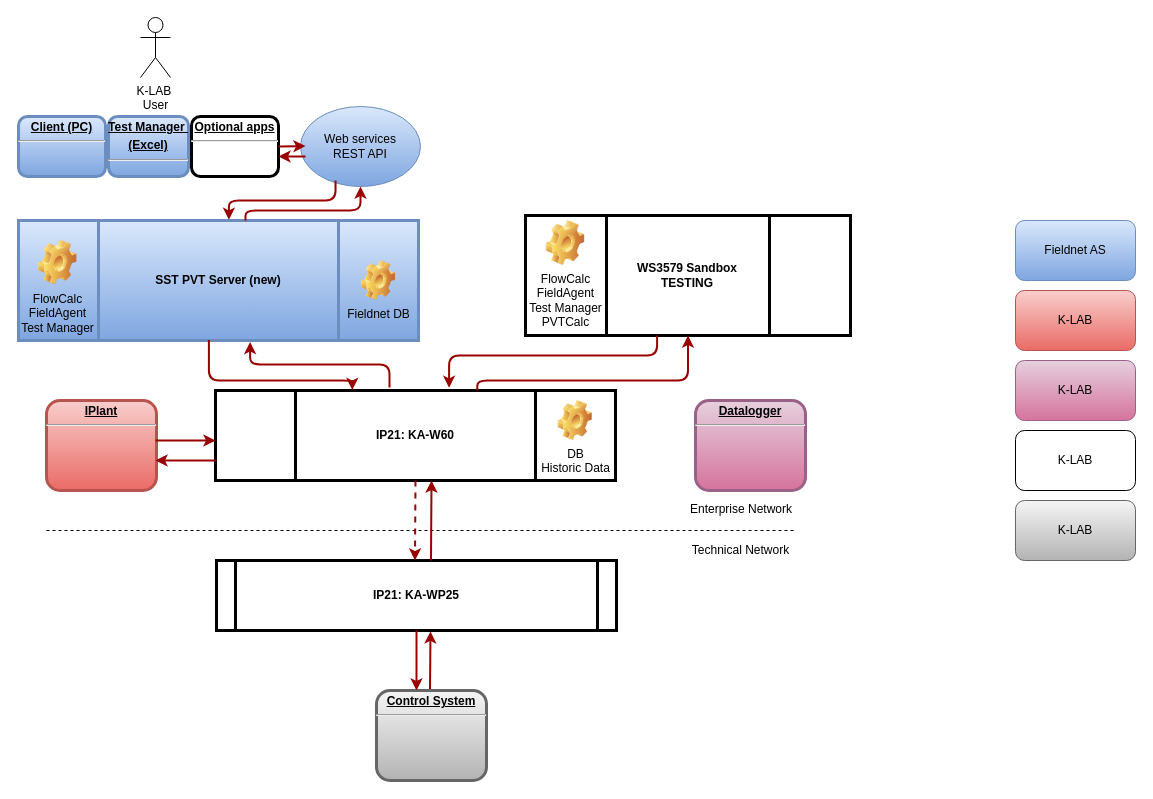
The draw.io diagram IT_K-KLAB_01.drawio in Daniel-72/hello-world, before the edit. Source tidied: cells renumbered, new cells numbered last; positions are measured from the earlier drawing's top-left corner, leaving out a move shared by most shapes. Both pictures are drawn from the tidied source at 100%, with x=0, y=0 at pixel (18, 17).
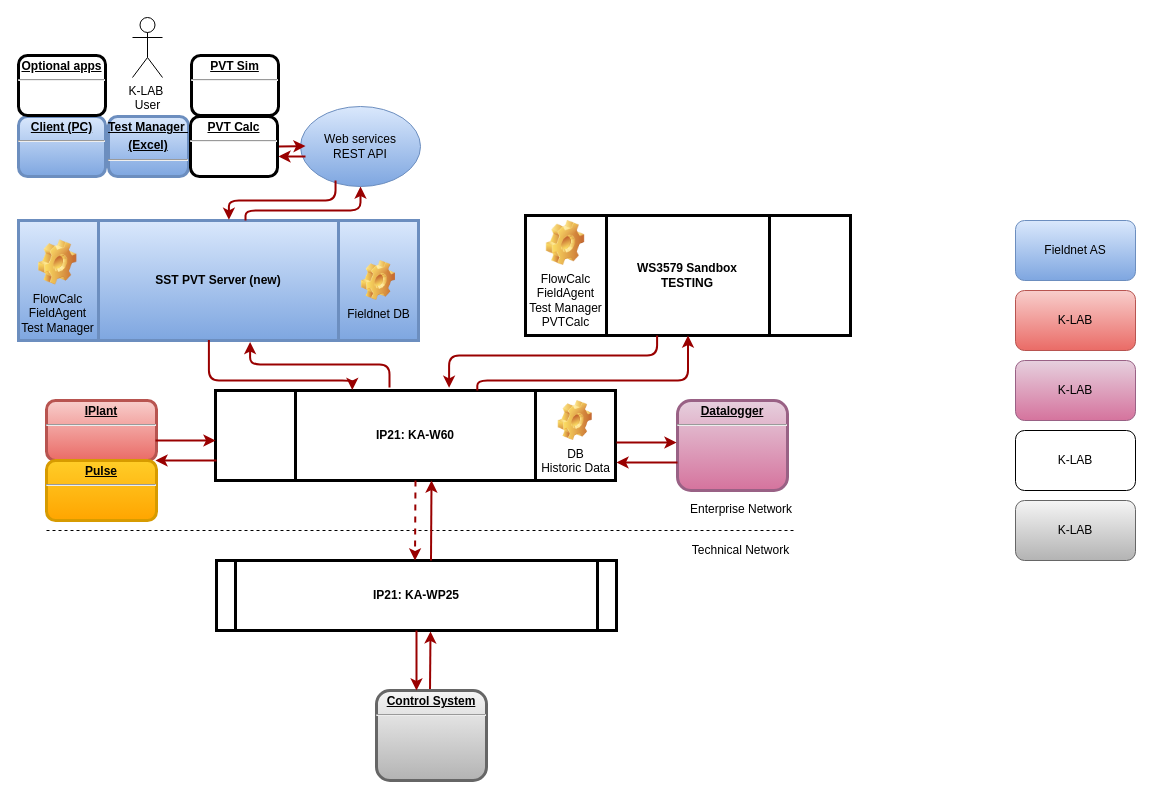
After the change.

Diff of the diagram source:
```diff
@@
     <mxCell id="10" value="&lt;p style=&quot;margin: 0px ; margin-top: 4px ; text-align: center ; text-decoration: underline&quot;&gt;&lt;strong&gt;IPlant&lt;/strong&gt;&lt;/p&gt;&lt;hr&gt;&lt;p style=&quot;margin: 0px ; margin-left: 8px&quot;&gt;&lt;br&gt;&lt;/p&gt;" style="verticalAlign=middle;align=center;overflow=fill;fontSize=12;fontFamily=Helvetica;html=1;rounded=1;fontStyle=1;strokeWidth=3;fillColor=#f8cecc;gradientColor=#ea6b66;strokeColor=#b85450;" parent="1" vertex="1">
-      <mxGeometry x="28" y="383" width="110" height="90" as="geometry" />
+      <mxGeometry x="28" y="383" width="110" height="60" as="geometry" />
     </mxCell>
@@
     <mxCell id="15" value="&lt;p style=&quot;margin: 0px ; margin-top: 4px ; text-align: center ; text-decoration: underline&quot;&gt;&lt;strong&gt;Datalogger&lt;/strong&gt;&lt;/p&gt;&lt;hr&gt;&lt;p style=&quot;margin: 0px ; margin-left: 8px&quot;&gt;&lt;br&gt;&lt;/p&gt;" style="verticalAlign=middle;align=center;overflow=fill;fontSize=12;fontFamily=Helvetica;html=1;rounded=1;fontStyle=1;strokeWidth=3;fillColor=#e6d0de;gradientColor=#d5739d;strokeColor=#996185;" parent="1" vertex="1">
-      <mxGeometry x="677" y="383" width="110" height="90" as="geometry" />
+      <mxGeometry x="659" y="383" width="110" height="90" as="geometry" />
     </mxCell>
@@
-    <mxCell id="30" value="&lt;p style=&quot;margin: 0px ; margin-top: 4px ; text-align: center ; text-decoration: underline&quot;&gt;Optional apps&lt;/p&gt;&lt;hr&gt;&lt;p style=&quot;margin: 0px ; margin-left: 8px&quot;&gt;&lt;br&gt;&lt;/p&gt;" style="verticalAlign=middle;align=center;overflow=fill;fontSize=12;fontFamily=Helvetica;html=1;rounded=1;fontStyle=1;strokeWidth=3;" parent="1" vertex="1">
-      <mxGeometry x="173" y="99" width="87" height="60" as="geometry" />
-    </mxCell>
     <mxCell id="31" value="K-LAB&amp;nbsp;&lt;br&gt;User" style="shape=umlActor;verticalLabelPosition=bottom;verticalAlign=top;html=1;" parent="1" vertex="1">
-      <mxGeometry x="122" width="30" height="60" as="geometry" />
+      <mxGeometry x="114" width="30" height="60" as="geometry" />
     </mxCell>
-    <mxCell id="32" style="edgeStyle=none;noEdgeStyle=1;strokeColor=#990000;strokeWidth=2;exitX=1;exitY=0.5;exitDx=0;exitDy=0;" parent="1" edge="1" source="30">
+    <mxCell id="32" style="edgeStyle=none;noEdgeStyle=1;strokeColor=#990000;strokeWidth=2;exitX=1;exitY=0.5;exitDx=0;exitDy=0;" parent="1" edge="1">
       <mxGeometry relative="1" as="geometry">
+        <mxPoint x="260" y="129" as="sourcePoint" />
         <mxPoint x="287" y="128.5" as="targetPoint" />
       </mxGeometry>
     </mxCell>
@@
+    <mxCell id="40" style="edgeStyle=none;noEdgeStyle=1;strokeColor=#990000;strokeWidth=2;" parent="1" edge="1">
+      <mxGeometry relative="1" as="geometry">
+        <mxPoint x="598" y="425" as="sourcePoint" />
+        <mxPoint x="658" y="425" as="targetPoint" />
+      </mxGeometry>
+    </mxCell>
+    <mxCell id="41" style="edgeStyle=elbowEdgeStyle;elbow=vertical;strokeColor=#990000;strokeWidth=2;" parent="1" edge="1">
+      <mxGeometry relative="1" as="geometry">
+        <mxPoint x="659" y="445" as="sourcePoint" />
+        <mxPoint x="598" y="445" as="targetPoint" />
+        <Array as="points">
+          <mxPoint x="625" y="445" />
+        </Array>
+      </mxGeometry>
+    </mxCell>
+    <mxCell id="42" value="&lt;p style=&quot;margin: 0px ; margin-top: 4px ; text-align: center ; text-decoration: underline&quot;&gt;&lt;strong&gt;Pulse&lt;/strong&gt;&lt;/p&gt;&lt;hr&gt;&lt;p style=&quot;margin: 0px ; margin-left: 8px&quot;&gt;&lt;br&gt;&lt;/p&gt;" style="verticalAlign=middle;align=center;overflow=fill;fontSize=12;fontFamily=Helvetica;html=1;rounded=1;fontStyle=1;strokeWidth=3;fillColor=#ffcd28;gradientColor=#ffa500;strokeColor=#d79b00;" parent="1" vertex="1">
+      <mxGeometry x="28" y="443" width="110" height="60" as="geometry" />
+    </mxCell>
+    <mxCell id="43" value="&lt;p style=&quot;margin: 0px ; margin-top: 4px ; text-align: center ; text-decoration: underline&quot;&gt;PVT Sim&lt;/p&gt;&lt;hr&gt;&lt;p style=&quot;margin: 0px ; margin-left: 8px&quot;&gt;&lt;br&gt;&lt;/p&gt;" style="verticalAlign=middle;align=center;overflow=fill;fontSize=12;fontFamily=Helvetica;html=1;rounded=1;fontStyle=1;strokeWidth=3;" parent="1" vertex="1">
+      <mxGeometry x="173" y="38" width="87" height="60" as="geometry" />
+    </mxCell>
+    <mxCell id="44" value="&lt;p style=&quot;margin: 0px ; margin-top: 4px ; text-align: center ; text-decoration: underline&quot;&gt;PVT Calc&lt;/p&gt;&lt;hr&gt;&lt;p style=&quot;margin: 0px ; margin-left: 8px&quot;&gt;&lt;br&gt;&lt;/p&gt;" style="verticalAlign=middle;align=center;overflow=fill;fontSize=12;fontFamily=Helvetica;html=1;rounded=1;fontStyle=1;strokeWidth=3;" parent="1" vertex="1">
+      <mxGeometry x="172" y="99" width="87" height="60" as="geometry" />
+    </mxCell>
+    <mxCell id="30" value="&lt;p style=&quot;margin: 0px ; margin-top: 4px ; text-align: center ; text-decoration: underline&quot;&gt;Optional apps&lt;/p&gt;&lt;hr&gt;&lt;p style=&quot;margin: 0px ; margin-left: 8px&quot;&gt;&lt;br&gt;&lt;/p&gt;" style="verticalAlign=middle;align=center;overflow=fill;fontSize=12;fontFamily=Helvetica;html=1;rounded=1;fontStyle=1;strokeWidth=3;" parent="1" vertex="1">
+      <mxGeometry y="38" width="87" height="60" as="geometry" />
+    </mxCell>
```
